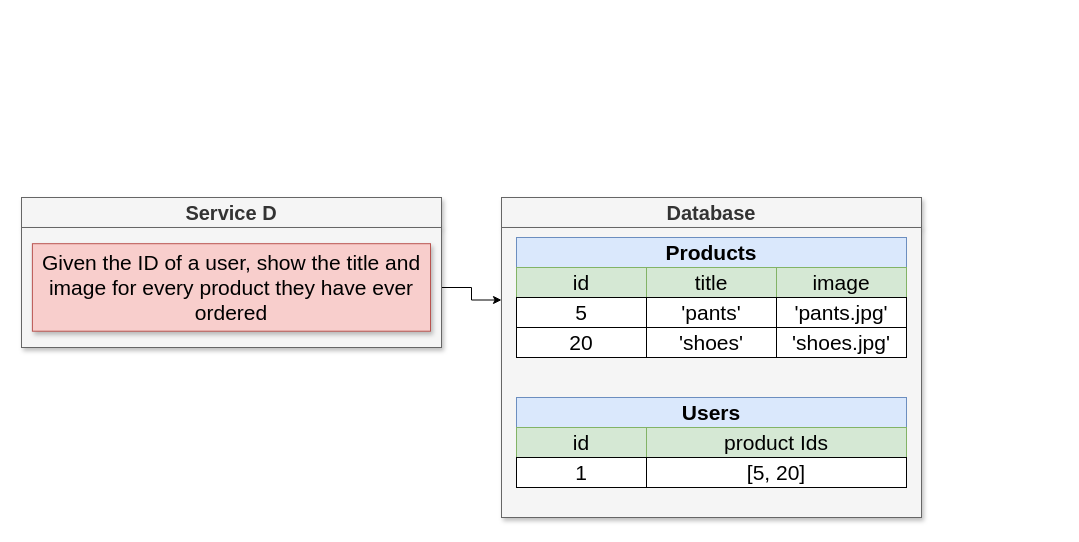
Before: page "11 - db" (12 of 16) of diagrams/01/03.drawio in pawaniu/microservices-casts, a draw.io diagram. Source tidied: cells renumbered, new cells numbered last; positions are measured from the earlier drawing's top-left corner, leaving out a move shared by most shapes. Both pictures are drawn from the tidied source at 100%, with x=0, y=0 at pixel (21, 197).
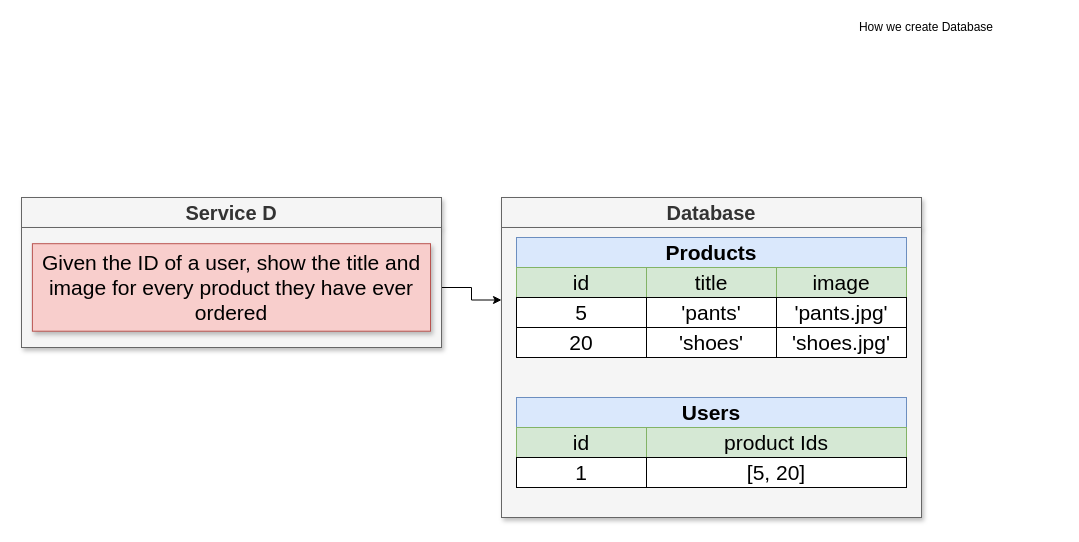
Above is the later version.

Diff of the diagram source:
```diff
@@
+    <mxCell id="23" value="How we create Database" style="text;html=1;strokeColor=none;fillColor=none;align=center;verticalAlign=middle;whiteSpace=wrap;rounded=0;" parent="1" vertex="1">
+      <mxGeometry x="770" y="-180" width="270" height="20" as="geometry" />
+    </mxCell>
```
